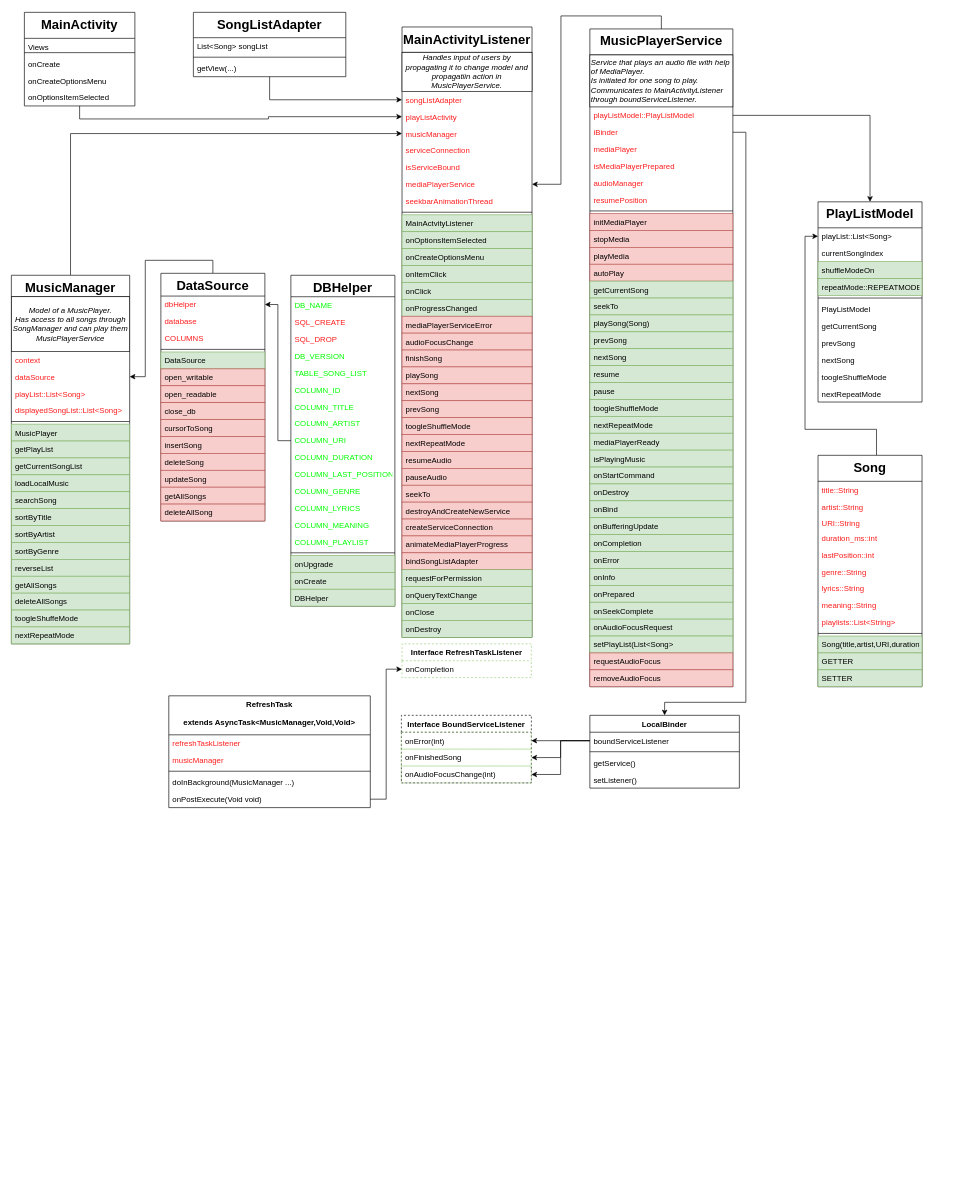
JohannesGrobelski/MoonstoneMusicPlayer keeps this draw.io diagram as klassendiagramm.drawio. Above is the earlier version. Source tidied: cells renumbered, new cells numbered last; positions are measured from the earlier drawing's top-left corner, leaving out a move shared by most shapes. Both pictures are drawn from the tidied source at 65%, with x=0, y=0 at pixel (11, 12).
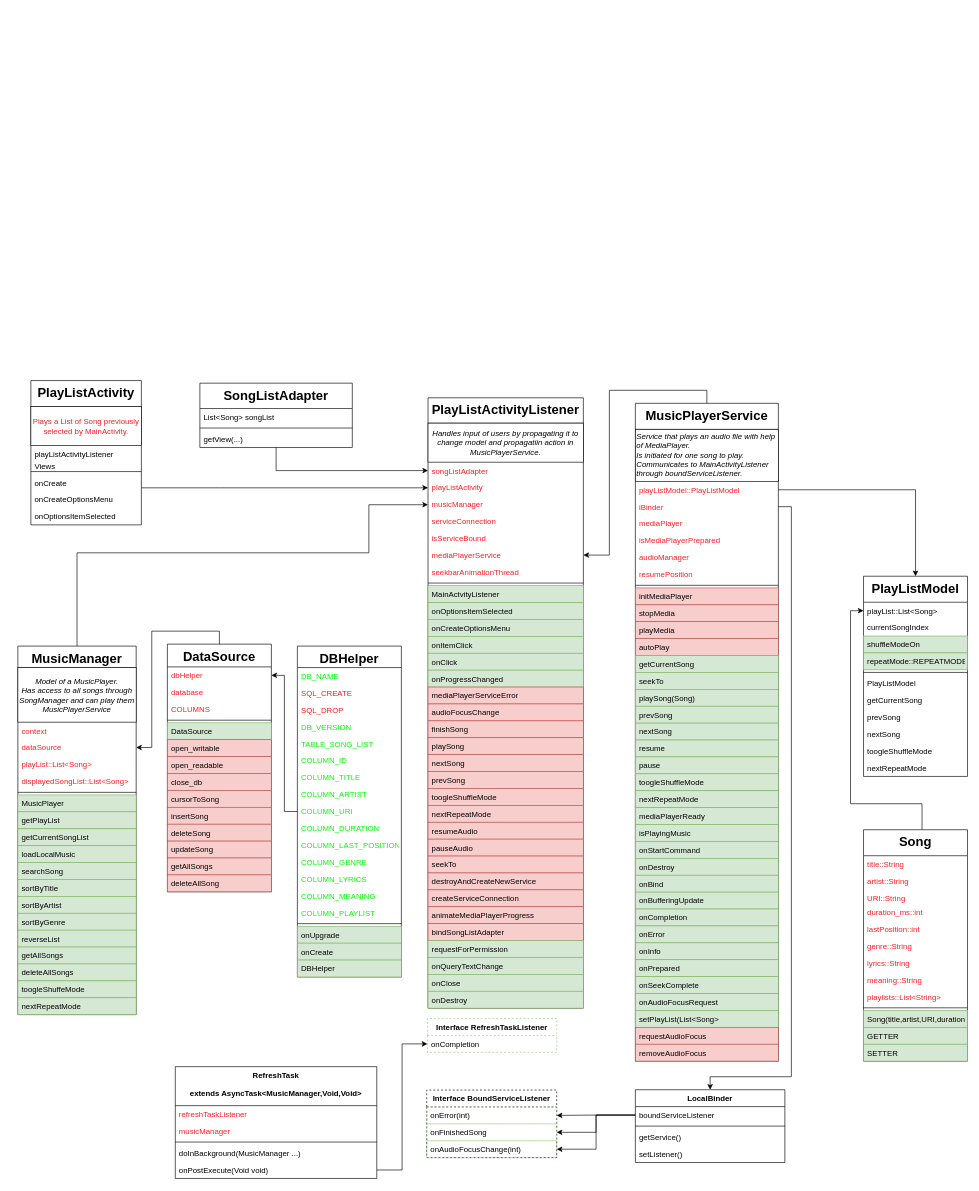
Above is the later version.

The change refers to these unchanged cells:
```xml
<mxCell id="48" value="iBinder" style="text;strokeColor=none;fillColor=none;align=left;verticalAlign=top;spacingLeft=4;spacingRight=4;overflow=hidden;points=[[0,0.5],[1,0.5]];portConstraint=eastwest;fontColor=#FF1C1C;" parent="45" vertex="1">
  <mxGeometry y="146" width="220" height="26" as="geometry" />
</mxCell>
<mxCell id="109" value="playList::List&lt;Song&gt;" style="text;strokeColor=none;fillColor=none;align=left;verticalAlign=top;spacingLeft=4;spacingRight=4;overflow=hidden;points=[[0,0.5],[1,0.5]];portConstraint=eastwest;" parent="108" vertex="1">
  <mxGeometry y="40" width="160" height="26" as="geometry" />
</mxCell>
```

The edit, as a diff of the source:
```diff
@@
     <mxCell id="2" style="edgeStyle=orthogonalEdgeStyle;rounded=0;jettySize=auto;html=1;fontColor=#FF1C1C;" parent="1" edge="1" source="3" target="12">
-      <mxGeometry relative="1" as="geometry" />
+      <mxGeometry relative="1" as="geometry">
+        <Array as="points">
+          <mxPoint x="320" y="732" />
+          <mxPoint x="320" y="732" />
+        </Array>
+      </mxGeometry>
     </mxCell>
-    <mxCell id="3" value="MainActivity" style="swimlane;fontStyle=1;align=center;verticalAlign=top;horizontal=1;startSize=40;rounded=0;shadow=0;strokeWidth=1;fontSize=20;" parent="1" vertex="1">
-      <mxGeometry x="20" y="0.5" width="170" height="144" as="geometry" />
+    <mxCell id="3" value="PlayListActivity" style="swimlane;fontStyle=1;align=center;verticalAlign=top;horizontal=1;startSize=40;rounded=0;shadow=0;strokeWidth=1;fontSize=20;" parent="1" vertex="1">
+      <mxGeometry x="30" y="567" width="170" height="222" as="geometry" />
     </mxCell>
+    <mxCell id="195" value="Plays a List of Song previously selected by MainActivity." style="rounded=0;whiteSpace=wrap;html=1;strokeColor=#000000;fontColor=#FF1C1C;" parent="3" vertex="1">
+      <mxGeometry y="40" width="170" height="60" as="geometry" />
+    </mxCell>
-    <mxCell id="4" value="Views" style="text;align=left;verticalAlign=top;spacingLeft=4;spacingRight=4;overflow=hidden;" parent="3" vertex="1">
-      <mxGeometry y="40" width="170" height="18" as="geometry" />
+    <mxCell id="4" value="playListActivityListener" style="text;align=left;verticalAlign=top;spacingLeft=4;spacingRight=4;overflow=hidden;" parent="3" vertex="1">
+      <mxGeometry y="100" width="170" height="18" as="geometry" />
     </mxCell>
+    <mxCell id="196" value="Views" style="text;align=left;verticalAlign=top;spacingLeft=4;spacingRight=4;overflow=hidden;" parent="3" vertex="1">
+      <mxGeometry y="118" width="170" height="18" as="geometry" />
+    </mxCell>
     <mxCell id="5" style="line;html=1;strokeWidth=1;align=left;verticalAlign=middle;spacingTop=-1;spacingLeft=3;spacingRight=3;labelPosition=right;" parent="3" vertex="1">
-      <mxGeometry y="58" width="170" height="8" as="geometry" />
+      <mxGeometry y="136" width="170" height="8" as="geometry" />
     </mxCell>
     <mxCell id="6" value="onCreate&#10;" style="text;align=left;verticalAlign=top;spacingLeft=4;spacingRight=4;overflow=hidden;" parent="3" vertex="1">
-      <mxGeometry y="66" width="170" height="26" as="geometry" />
+      <mxGeometry y="144" width="170" height="26" as="geometry" />
     </mxCell>
     <mxCell id="7" value="onCreateOptionsMenu&#10;&#10;" style="text;align=left;verticalAlign=top;spacingLeft=4;spacingRight=4;overflow=hidden;" parent="3" vertex="1">
-      <mxGeometry y="92" width="170" height="26" as="geometry" />
+      <mxGeometry y="170" width="170" height="26" as="geometry" />
     </mxCell>
     <mxCell id="8" value="onOptionsItemSelected&#10;" style="text;align=left;verticalAlign=top;spacingLeft=4;spacingRight=4;overflow=hidden;" parent="3" vertex="1">
-      <mxGeometry y="118" width="170" height="26" as="geometry" />
+      <mxGeometry y="196" width="170" height="26" as="geometry" />
     </mxCell>
-    <mxCell id="9" value="MainActivityListener" style="swimlane;fontStyle=1;align=center;verticalAlign=top;horizontal=1;startSize=39;rounded=0;shadow=0;strokeWidth=1;fontSize=20;" parent="1" vertex="1">
-      <mxGeometry x="601" y="23" width="200" height="939" as="geometry" />
+    <mxCell id="9" value="PlayListActivityListener" style="swimlane;fontStyle=1;align=center;verticalAlign=top;horizontal=1;startSize=39;rounded=0;shadow=0;strokeWidth=1;fontSize=20;" parent="1" vertex="1">
+      <mxGeometry x="641" y="593.5" width="239" height="939" as="geometry" />
     </mxCell>
     <mxCell id="10" value="&lt;i&gt;Handles input of users by propagating it to change model and propagatiin action in MusicPlayerService.&lt;/i&gt;" style="rounded=0;whiteSpace=wrap;html=1;" parent="9" vertex="1">
-      <mxGeometry y="39" width="200" height="60" as="geometry" />
+      <mxGeometry y="39" width="239" height="60" as="geometry" />
     </mxCell>
     <mxCell id="11" value="songListAdapter&#10;" style="text;align=left;verticalAlign=top;spacingLeft=4;spacingRight=4;overflow=hidden;points=[[0,0.5],[1,0.5]];portConstraint=eastwest;rounded=0;shadow=0;html=0;fontColor=#FF1C1C;" parent="9" vertex="1">
-      <mxGeometry y="99" width="200" height="26" as="geometry" />
+      <mxGeometry y="99" width="239" height="26" as="geometry" />
     </mxCell>
     <mxCell id="12" value="playListActivity" style="text;align=left;verticalAlign=top;spacingLeft=4;spacingRight=4;overflow=hidden;points=[[0,0.5],[1,0.5]];portConstraint=eastwest;fontColor=#FF1C1C;" parent="9" vertex="1">
-      <mxGeometry y="125" width="200" height="26" as="geometry" />
+      <mxGeometry y="125" width="239" height="26" as="geometry" />
     </mxCell>
     <mxCell id="13" value="musicManager" style="text;align=left;verticalAlign=top;spacingLeft=4;spacingRight=4;overflow=hidden;points=[[0,0.5],[1,0.5]];portConstraint=eastwest;rounded=0;shadow=0;html=0;fontColor=#FF1C1C;" parent="9" vertex="1">
-      <mxGeometry y="151" width="200" height="26" as="geometry" />
+      <mxGeometry y="151" width="239" height="26" as="geometry" />
     </mxCell>
     <mxCell id="14" value="serviceConnection" style="text;align=left;verticalAlign=top;spacingLeft=4;spacingRight=4;overflow=hidden;rounded=0;shadow=0;html=0;fontColor=#FF1C1C;" parent="9" vertex="1">
-      <mxGeometry y="177" width="200" height="26" as="geometry" />
+      <mxGeometry y="177" width="239" height="26" as="geometry" />
     </mxCell>
     <mxCell id="15" value="isServiceBound&#10;" style="text;align=left;verticalAlign=top;spacingLeft=4;spacingRight=4;overflow=hidden;rounded=0;shadow=0;html=0;fontColor=#FF1C1C;" parent="9" vertex="1">
-      <mxGeometry y="203" width="200" height="26" as="geometry" />
+      <mxGeometry y="203" width="239" height="26" as="geometry" />
     </mxCell>
     <mxCell id="16" value="mediaPlayerService" style="text;align=left;verticalAlign=top;spacingLeft=4;spacingRight=4;overflow=hidden;points=[[0,0.5],[1,0.5]];portConstraint=eastwest;rounded=0;shadow=0;html=0;fontColor=#FF1C1C;" parent="9" vertex="1">
-      <mxGeometry y="229" width="200" height="26" as="geometry" />
+      <mxGeometry y="229" width="239" height="26" as="geometry" />
     </mxCell>
     <mxCell id="17" value="seekbarAnimationThread&#10;" style="text;align=left;verticalAlign=top;spacingLeft=4;spacingRight=4;overflow=hidden;rounded=0;shadow=0;html=0;fontColor=#FF1C1C;" parent="9" vertex="1">
-      <mxGeometry y="255" width="200" height="26" as="geometry" />
+      <mxGeometry y="255" width="239" height="26" as="geometry" />
     </mxCell>
     <mxCell id="18" style="line;html=1;strokeWidth=1;align=left;verticalAlign=middle;spacingTop=-1;spacingLeft=3;spacingRight=3;labelPosition=right;" parent="9" vertex="1">
-      <mxGeometry y="281" width="200" height="8" as="geometry" />
+      <mxGeometry y="281" width="239" height="8" as="geometry" />
     </mxCell>
     <mxCell id="19" value="MainActvityListener" style="text;align=left;verticalAlign=top;spacingLeft=4;spacingRight=4;overflow=hidden;fillColor=#d5e8d4;strokeColor=#82b366;" parent="9" vertex="1">
-      <mxGeometry y="289" width="200" height="26" as="geometry" />
+      <mxGeometry y="289" width="239" height="26" as="geometry" />
     </mxCell>
     <mxCell id="20" value="onOptionsItemSelected" style="text;align=left;verticalAlign=top;spacingLeft=4;spacingRight=4;overflow=hidden;fillColor=#d5e8d4;strokeColor=#82b366;" parent="9" vertex="1">
-      <mxGeometry y="315" width="200" height="26" as="geometry" />
+      <mxGeometry y="315" width="239" height="26" as="geometry" />
     </mxCell>
     <mxCell id="21" value="onCreateOptionsMenu" style="text;strokeColor=#82b366;fillColor=#d5e8d4;align=left;verticalAlign=top;spacingLeft=4;spacingRight=4;overflow=hidden;" parent="9" vertex="1">
-      <mxGeometry y="341" width="200" height="26" as="geometry" />
+      <mxGeometry y="341" width="239" height="26" as="geometry" />
     </mxCell>
     <mxCell id="22" value="onItemClick" style="text;strokeColor=#82b366;fillColor=#d5e8d4;align=left;verticalAlign=top;spacingLeft=4;spacingRight=4;overflow=hidden;" parent="9" vertex="1">
-      <mxGeometry y="367" width="200" height="26" as="geometry" />
+      <mxGeometry y="367" width="239" height="26" as="geometry" />
     </mxCell>
     <mxCell id="23" value="onClick" style="text;strokeColor=#82b366;fillColor=#d5e8d4;align=left;verticalAlign=top;spacingLeft=4;spacingRight=4;overflow=hidden;" parent="9" vertex="1">
-      <mxGeometry y="393" width="200" height="26" as="geometry" />
+      <mxGeometry y="393" width="239" height="26" as="geometry" />
     </mxCell>
     <mxCell id="24" value="onProgressChanged" style="text;strokeColor=#82b366;fillColor=#d5e8d4;align=left;verticalAlign=top;spacingLeft=4;spacingRight=4;overflow=hidden;" parent="9" vertex="1">
-      <mxGeometry y="419" width="200" height="26" as="geometry" />
+      <mxGeometry y="419" width="239" height="26" as="geometry" />
     </mxCell>
     <mxCell id="25" value="mediaPlayerServiceError" style="text;strokeColor=#b85450;fillColor=#f8cecc;align=left;verticalAlign=top;spacingLeft=4;spacingRight=4;overflow=hidden;" parent="9" vertex="1">
-      <mxGeometry y="445" width="200" height="26" as="geometry" />
+      <mxGeometry y="445" width="239" height="26" as="geometry" />
     </mxCell>
     <mxCell id="26" value="audioFocusChange" style="text;strokeColor=#b85450;fillColor=#f8cecc;align=left;verticalAlign=top;spacingLeft=4;spacingRight=4;overflow=hidden;" parent="9" vertex="1">
-      <mxGeometry y="471" width="200" height="26" as="geometry" />
+      <mxGeometry y="471" width="239" height="26" as="geometry" />
     </mxCell>
     <mxCell id="27" value="finishSong" style="text;strokeColor=#b85450;fillColor=#f8cecc;align=left;verticalAlign=top;spacingLeft=4;spacingRight=4;overflow=hidden;" parent="9" vertex="1">
-      <mxGeometry y="497" width="200" height="26" as="geometry" />
+      <mxGeometry y="497" width="239" height="26" as="geometry" />
     </mxCell>
     <mxCell id="28" value="playSong" style="text;strokeColor=#b85450;fillColor=#f8cecc;align=left;verticalAlign=top;spacingLeft=4;spacingRight=4;overflow=hidden;" parent="9" vertex="1">
-      <mxGeometry y="523" width="200" height="26" as="geometry" />
+      <mxGeometry y="523" width="239" height="26" as="geometry" />
     </mxCell>
     <mxCell id="29" value="nextSong" style="text;strokeColor=#b85450;fillColor=#f8cecc;align=left;verticalAlign=top;spacingLeft=4;spacingRight=4;overflow=hidden;" parent="9" vertex="1">
-      <mxGeometry y="549" width="200" height="26" as="geometry" />
+      <mxGeometry y="549" width="239" height="26" as="geometry" />
     </mxCell>
     <mxCell id="30" value="prevSong" style="text;strokeColor=#b85450;fillColor=#f8cecc;align=left;verticalAlign=top;spacingLeft=4;spacingRight=4;overflow=hidden;" parent="9" vertex="1">
-      <mxGeometry y="575" width="200" height="26" as="geometry" />
+      <mxGeometry y="575" width="239" height="26" as="geometry" />
     </mxCell>
     <mxCell id="31" value="toogleShuffleMode" style="text;strokeColor=#b85450;fillColor=#f8cecc;align=left;verticalAlign=top;spacingLeft=4;spacingRight=4;overflow=hidden;" parent="9" vertex="1">
-      <mxGeometry y="601" width="200" height="26" as="geometry" />
+      <mxGeometry y="601" width="239" height="26" as="geometry" />
     </mxCell>
     <mxCell id="32" value="nextRepeatMode" style="text;strokeColor=#b85450;fillColor=#f8cecc;align=left;verticalAlign=top;spacingLeft=4;spacingRight=4;overflow=hidden;" parent="9" vertex="1">
-      <mxGeometry y="627" width="200" height="26" as="geometry" />
+      <mxGeometry y="627" width="239" height="26" as="geometry" />
     </mxCell>
     <mxCell id="33" value="resumeAudio&#10;" style="text;strokeColor=#b85450;fillColor=#f8cecc;align=left;verticalAlign=top;spacingLeft=4;spacingRight=4;overflow=hidden;" parent="9" vertex="1">
-      <mxGeometry y="653" width="200" height="26" as="geometry" />
+      <mxGeometry y="653" width="239" height="26" as="geometry" />
     </mxCell>
     <mxCell id="34" value="pauseAudio" style="text;strokeColor=#b85450;fillColor=#f8cecc;align=left;verticalAlign=top;spacingLeft=4;spacingRight=4;overflow=hidden;" parent="9" vertex="1">
-      <mxGeometry y="679" width="200" height="26" as="geometry" />
+      <mxGeometry y="679" width="239" height="26" as="geometry" />
     </mxCell>
     <mxCell id="35" value="seekTo" style="text;strokeColor=#b85450;fillColor=#f8cecc;align=left;verticalAlign=top;spacingLeft=4;spacingRight=4;overflow=hidden;" parent="9" vertex="1">
-      <mxGeometry y="705" width="200" height="26" as="geometry" />
+      <mxGeometry y="705" width="239" height="26" as="geometry" />
     </mxCell>
     <mxCell id="36" value="destroyAndCreateNewService" style="text;strokeColor=#b85450;fillColor=#f8cecc;align=left;verticalAlign=top;spacingLeft=4;spacingRight=4;overflow=hidden;" parent="9" vertex="1">
-      <mxGeometry y="731" width="200" height="26" as="geometry" />
+      <mxGeometry y="731" width="239" height="26" as="geometry" />
     </mxCell>
     <mxCell id="37" value="createServiceConnection" style="text;strokeColor=#b85450;fillColor=#f8cecc;align=left;verticalAlign=top;spacingLeft=4;spacingRight=4;overflow=hidden;" parent="9" vertex="1">
-      <mxGeometry y="757" width="200" height="26" as="geometry" />
+      <mxGeometry y="757" width="239" height="26" as="geometry" />
     </mxCell>
     <mxCell id="38" value="animateMediaPlayerProgress" style="text;strokeColor=#b85450;fillColor=#f8cecc;align=left;verticalAlign=top;spacingLeft=4;spacingRight=4;overflow=hidden;" parent="9" vertex="1">
-      <mxGeometry y="783" width="200" height="26" as="geometry" />
+      <mxGeometry y="783" width="239" height="26" as="geometry" />
     </mxCell>
     <mxCell id="39" value="bindSongListAdapter" style="text;strokeColor=#b85450;fillColor=#f8cecc;align=left;verticalAlign=top;spacingLeft=4;spacingRight=4;overflow=hidden;" parent="9" vertex="1">
-      <mxGeometry y="809" width="200" height="26" as="geometry" />
+      <mxGeometry y="809" width="239" height="26" as="geometry" />
     </mxCell>
     <mxCell id="40" value="requestForPermission" style="text;strokeColor=#82b366;fillColor=#d5e8d4;align=left;verticalAlign=top;spacingLeft=4;spacingRight=4;overflow=hidden;" parent="9" vertex="1">
-      <mxGeometry y="835" width="200" height="26" as="geometry" />
+      <mxGeometry y="835" width="239" height="26" as="geometry" />
     </mxCell>
     <mxCell id="41" value="onQueryTextChange" style="text;strokeColor=#82b366;fillColor=#d5e8d4;align=left;verticalAlign=top;spacingLeft=4;spacingRight=4;overflow=hidden;" parent="9" vertex="1">
-      <mxGeometry y="861" width="200" height="26" as="geometry" />
+      <mxGeometry y="861" width="239" height="26" as="geometry" />
     </mxCell>
     <mxCell id="42" value="onClose" style="text;strokeColor=#82b366;fillColor=#d5e8d4;align=left;verticalAlign=top;spacingLeft=4;spacingRight=4;overflow=hidden;" parent="9" vertex="1">
-      <mxGeometry y="887" width="200" height="26" as="geometry" />
+      <mxGeometry y="887" width="239" height="26" as="geometry" />
     </mxCell>
     <mxCell id="43" value="onDestroy" style="text;strokeColor=#82b366;fillColor=#d5e8d4;align=left;verticalAlign=top;spacingLeft=4;spacingRight=4;overflow=hidden;" parent="9" vertex="1">
-      <mxGeometry y="913" width="200" height="26" as="geometry" />
+      <mxGeometry y="913" width="239" height="26" as="geometry" />
     </mxCell>
@@
     <mxCell id="45" value="MusicPlayerService" style="swimlane;fontStyle=1;align=center;verticalAlign=top;horizontal=1;startSize=40;fontSize=20;" parent="1" vertex="1">
-      <mxGeometry x="890" y="26" width="220" height="1012" as="geometry" />
+      <mxGeometry x="960" y="602" width="220" height="1012" as="geometry" />
     </mxCell>
@@
     <mxCell id="82" style="edgeStyle=orthogonalEdgeStyle;rounded=0;jettySize=auto;html=1;" parent="1" edge="1" source="83" target="13">
-      <mxGeometry relative="1" as="geometry" />
+      <mxGeometry relative="1" as="geometry">
+        <Array as="points">
+          <mxPoint x="101" y="832" />
+          <mxPoint x="550" y="832" />
+          <mxPoint x="550" y="758" />
+        </Array>
+      </mxGeometry>
     </mxCell>
     <mxCell id="83" value="MusicManager" style="swimlane;fontStyle=1;align=center;verticalAlign=top;horizontal=1;startSize=33;fontSize=20;" parent="1" vertex="1">
-      <mxGeometry y="405" width="182" height="567" as="geometry" />
+      <mxGeometry x="10" y="975.5" width="182" height="567" as="geometry" />
     </mxCell>
@@
     <mxCell id="104" value="SongListAdapter" style="swimlane;fontStyle=1;align=center;verticalAlign=top;horizontal=1;startSize=39;fontSize=20;" parent="1" vertex="1">
-      <mxGeometry x="280" y="0.5" width="234.5" height="99" as="geometry" />
+      <mxGeometry x="290" y="571" width="234.5" height="99" as="geometry" />
     </mxCell>
@@
     <mxCell id="108" value="PlayListModel" style="swimlane;fontStyle=1;align=center;verticalAlign=top;horizontal=1;startSize=40;fontSize=20;" parent="1" vertex="1">
-      <mxGeometry x="1241" y="292" width="160" height="308" as="geometry" />
+      <mxGeometry x="1311" y="868" width="160" height="308" as="geometry" />
     </mxCell>
@@
     <mxCell id="120" style="edgeStyle=orthogonalEdgeStyle;rounded=0;jettySize=auto;html=1;entryX=0;entryY=0.5;entryDx=0;entryDy=0;" parent="1" edge="1" source="121" target="109">
       <mxGeometry relative="1" as="geometry">
         <Array as="points">
-          <mxPoint x="1331" y="642" />
-          <mxPoint x="1221" y="642" />
-          <mxPoint x="1221" y="345" />
+          <mxPoint x="1401" y="1218" />
+          <mxPoint x="1291" y="1218" />
+          <mxPoint x="1291" y="921" />
         </Array>
       </mxGeometry>
     </mxCell>
     <mxCell id="121" value="Song" style="swimlane;fontStyle=1;align=center;verticalAlign=top;horizontal=1;startSize=40;fontSize=20;" parent="1" vertex="1">
-      <mxGeometry x="1241" y="682" width="160" height="356" as="geometry" />
+      <mxGeometry x="1311" y="1258" width="160" height="356" as="geometry" />
     </mxCell>
@@
     <mxCell id="136" value="DataSource" style="swimlane;fontStyle=1;align=center;verticalAlign=top;horizontal=1;startSize=35;fontSize=20;" parent="1" vertex="1">
-      <mxGeometry x="230" y="402" width="160" height="381" as="geometry" />
+      <mxGeometry x="240" y="972.5" width="160" height="381" as="geometry" />
     </mxCell>
@@
     <mxCell id="152" value="DBHelper" style="swimlane;fontStyle=1;align=center;verticalAlign=top;horizontal=1;startSize=33;strokeWidth=1;fontSize=20;fontColor=#000000;" parent="1" vertex="1">
-      <mxGeometry x="430" y="405" width="160" height="509" as="geometry" />
+      <mxGeometry x="440" y="975.5" width="160" height="509" as="geometry" />
     </mxCell>
@@
     <mxCell id="172" value="LocalBinder" style="swimlane;fontStyle=1;align=center;verticalAlign=top;horizontal=1;startSize=26;" parent="1" vertex="1">
-      <mxGeometry x="890" y="1082" width="230" height="112" as="geometry" />
+      <mxGeometry x="960" y="1658" width="230" height="112" as="geometry" />
     </mxCell>
@@
     <mxCell id="178" value="Interface BoundServiceListener" style="swimlane;fontStyle=1;horizontal=1;startSize=26;fillColor=none;dashed=1;" parent="1" vertex="1">
-      <mxGeometry x="600" y="1082" width="200" height="104" as="geometry" />
+      <mxGeometry x="639" y="1658.5" width="200" height="104" as="geometry" />
     </mxCell>
@@
     <mxCell id="182" value="Interface RefreshTaskListener" style="swimlane;fontStyle=1;horizontal=1;startSize=26;fillColor=none;dashed=1;strokeColor=#97D077;" parent="1" vertex="1">
-      <mxGeometry x="601" y="972" width="199" height="52" as="geometry" />
+      <mxGeometry x="640" y="1548.5" width="199" height="52" as="geometry" />
     </mxCell>
@@
     <mxCell id="184" value="RefreshTask &#10;&#10;extends AsyncTask&lt;MusicManager,Void,Void&gt;" style="swimlane;fontStyle=1;align=center;verticalAlign=top;horizontal=1;startSize=60;" parent="1" vertex="1">
-      <mxGeometry x="242.2" y="1052" width="310" height="172" as="geometry" />
+      <mxGeometry x="252.2" y="1622.5" width="310" height="172" as="geometry" />
     </mxCell>
@@
     <mxCell id="191" style="edgeStyle=orthogonalEdgeStyle;rounded=0;jettySize=auto;html=1;entryX=0.5;entryY=0;entryDx=0;entryDy=0;fontColor=#FF1C1C;" parent="1" edge="1" source="48" target="172">
       <mxGeometry relative="1" as="geometry">
         <Array as="points">
-          <mxPoint x="1130" y="185" />
-          <mxPoint x="1130" y="1062" />
-          <mxPoint x="1005" y="1062" />
+          <mxPoint x="1200" y="761" />
+          <mxPoint x="1200" y="1638" />
+          <mxPoint x="1075" y="1638" />
         </Array>
       </mxGeometry>
     </mxCell>
```
